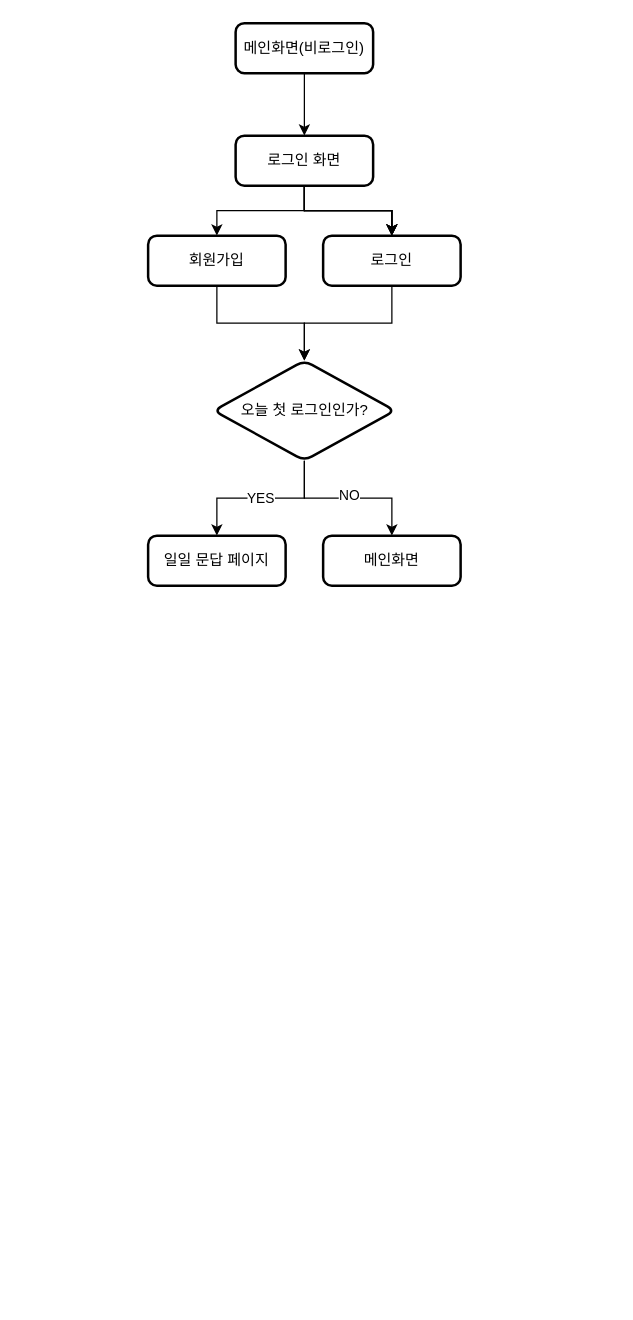
This is page "파랑지우개" (1 of 2) of Untitled Diagram.drawio from 2021-Paas-ta-CDRS/BlueEraser_be, a draw.io file, before an edit. Source tidied: cells renumbered, new cells numbered last; positions are measured from the earlier drawing's top-left corner, leaving out a move shared by most shapes. Both pictures are drawn from the tidied source at 125%, with x=0, y=0 at pixel (148, 22).
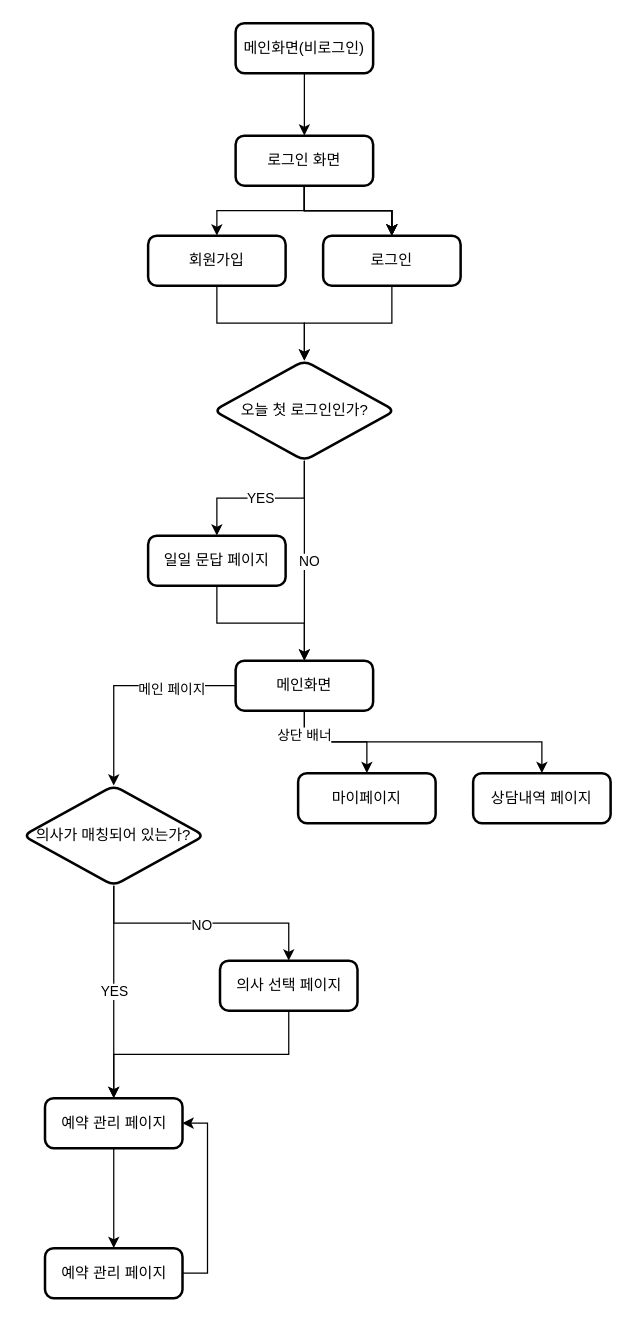
Above is the later version.

Commit message:
ADD: 환자쪽 플로우

Unchanged cells that the change refers to:
```xml
<mxCell id="18" value="일일 문답 페이지" style="rounded=1;whiteSpace=wrap;html=1;absoluteArcSize=1;arcSize=14;strokeWidth=2;" parent="1" vertex="1">
  <mxGeometry y="410" width="110" height="40" as="geometry" />
</mxCell>
```

Diff of the diagram source:
```diff
@@
+    <mxCell id="20" style="edgeStyle=orthogonalEdgeStyle;rounded=0;jettySize=auto;html=1;" parent="1" edge="1" source="18" target="19">
+      <mxGeometry relative="1" as="geometry" />
+    </mxCell>
@@
+    <mxCell id="21" style="edgeStyle=orthogonalEdgeStyle;rounded=0;jettySize=auto;html=1;entryX=0.5;entryY=0;entryDx=0;entryDy=0;" parent="1" edge="1" source="19" target="28">
+      <mxGeometry relative="1" as="geometry" />
+    </mxCell>
+    <mxCell id="22" value="메인 페이지" style="edgeLabel;html=1;align=center;verticalAlign=middle;" parent="21" vertex="1">
+      <mxGeometry x="-0.41" y="2" relative="1" as="geometry" />
+    </mxCell>
+    <mxCell id="23" style="edgeStyle=orthogonalEdgeStyle;rounded=0;jettySize=auto;html=1;" parent="1" edge="1" source="19" target="33">
+      <mxGeometry relative="1" as="geometry" />
+    </mxCell>
+    <mxCell id="24" value="상단 배너" style="edgeStyle=orthogonalEdgeStyle;rounded=0;jettySize=auto;html=1;exitX=0.5;exitY=1;exitDx=0;exitDy=0;entryX=0.5;entryY=0;entryDx=0;entryDy=0;" parent="1" edge="1" source="19" target="34">
+      <mxGeometry x="-0.83" relative="1" as="geometry" />
+    </mxCell>
     <mxCell id="19" value="메인화면" style="rounded=1;whiteSpace=wrap;html=1;absoluteArcSize=1;arcSize=14;strokeWidth=2;" parent="1" vertex="1">
-      <mxGeometry x="140" y="410" width="110" height="40" as="geometry" />
+      <mxGeometry x="70" y="510" width="110" height="40" as="geometry" />
     </mxCell>
+    <mxCell id="25" value="YES" style="edgeStyle=orthogonalEdgeStyle;rounded=0;jettySize=auto;html=1;entryX=0.5;entryY=0;entryDx=0;entryDy=0;" parent="1" edge="1" source="28" target="30">
+      <mxGeometry relative="1" as="geometry" />
+    </mxCell>
+    <mxCell id="26" style="edgeStyle=orthogonalEdgeStyle;rounded=0;jettySize=auto;html=1;entryX=0.5;entryY=0;entryDx=0;entryDy=0;exitX=0.5;exitY=1;exitDx=0;exitDy=0;" parent="1" edge="1" source="28" target="32">
+      <mxGeometry relative="1" as="geometry" />
+    </mxCell>
+    <mxCell id="27" value="NO" style="edgeLabel;html=1;align=center;verticalAlign=middle;" parent="26" vertex="1">
+      <mxGeometry x="-0.66" y="-1" relative="1" as="geometry">
+        <mxPoint x="66" as="offset" />
+      </mxGeometry>
+    </mxCell>
+    <mxCell id="28" value="의사가 매칭되어 있는가?" style="rhombus;whiteSpace=wrap;html=1;rounded=1;strokeWidth=2;arcSize=14;" parent="1" vertex="1">
+      <mxGeometry x="-100" y="610" width="145" height="80" as="geometry" />
+    </mxCell>
+    <mxCell id="29" style="edgeStyle=orthogonalEdgeStyle;rounded=0;jettySize=auto;html=1;" parent="1" edge="1" source="30" target="36">
+      <mxGeometry relative="1" as="geometry" />
+    </mxCell>
+    <mxCell id="30" value="예약 관리 페이지" style="rounded=1;whiteSpace=wrap;html=1;absoluteArcSize=1;arcSize=14;strokeWidth=2;" parent="1" vertex="1">
+      <mxGeometry x="-82.5" y="860" width="110" height="40" as="geometry" />
+    </mxCell>
+    <mxCell id="31" style="edgeStyle=orthogonalEdgeStyle;rounded=0;jettySize=auto;html=1;exitX=0.5;exitY=1;exitDx=0;exitDy=0;entryX=0.5;entryY=0;entryDx=0;entryDy=0;" parent="1" edge="1" source="32" target="30">
+      <mxGeometry relative="1" as="geometry" />
+    </mxCell>
+    <mxCell id="32" value="의사 선택 페이지" style="rounded=1;whiteSpace=wrap;html=1;absoluteArcSize=1;arcSize=14;strokeWidth=2;" parent="1" vertex="1">
+      <mxGeometry x="57.5" y="750" width="110" height="40" as="geometry" />
+    </mxCell>
+    <mxCell id="33" value="마이페이지" style="rounded=1;whiteSpace=wrap;html=1;absoluteArcSize=1;arcSize=14;strokeWidth=2;" parent="1" vertex="1">
+      <mxGeometry x="120" y="600" width="110" height="40" as="geometry" />
+    </mxCell>
+    <mxCell id="34" value="상담내역 페이지" style="rounded=1;whiteSpace=wrap;html=1;absoluteArcSize=1;arcSize=14;strokeWidth=2;" parent="1" vertex="1">
+      <mxGeometry x="260" y="600" width="110" height="40" as="geometry" />
+    </mxCell>
+    <mxCell id="35" style="edgeStyle=orthogonalEdgeStyle;rounded=0;jettySize=auto;html=1;exitX=1;exitY=0.5;exitDx=0;exitDy=0;entryX=1;entryY=0.5;entryDx=0;entryDy=0;" parent="1" edge="1" source="36" target="30">
+      <mxGeometry relative="1" as="geometry" />
+    </mxCell>
+    <mxCell id="36" value="예약 관리 페이지" style="rounded=1;whiteSpace=wrap;html=1;absoluteArcSize=1;arcSize=14;strokeWidth=2;" parent="1" vertex="1">
+      <mxGeometry x="-82.5" y="980" width="110" height="40" as="geometry" />
+    </mxCell>
```
